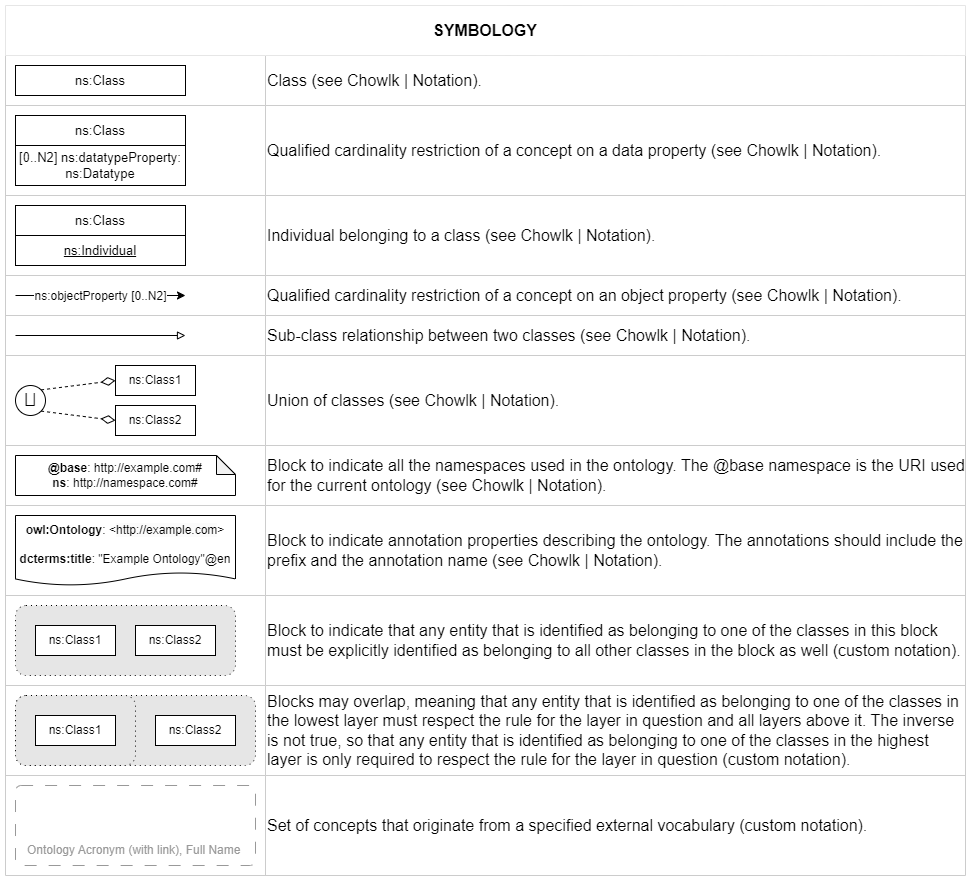
Earlier version of the draw.io export legend.png (NERC-CEH/digital-objects-ontology). Source tidied: cells renumbered, new cells last; positions are measured from the earlier drawing's top-left corner, leaving out a move shared by most shapes. The source it was exported from:
```xml
<mxGraphModel>
  <root>
    <mxCell id="0" />
    <mxCell id="1" parent="0" />
    <mxCell id="2" style="shape=table;startSize=0;fontSize=16;strokeColor=#CCCCCC;" parent="1" vertex="1">
      <mxGeometry width="960" height="870" as="geometry" />
    </mxCell>
    <mxCell id="3" style="shape=tableRow;horizontal=0;startSize=0;swimlaneHead=0;swimlaneBody=0;strokeColor=inherit;top=0;left=0;bottom=0;right=0;fillColor=default;fontSize=16;" parent="2" vertex="1">
      <mxGeometry width="960" height="50" as="geometry" />
    </mxCell>
    <mxCell id="4" value="&lt;b&gt;SYMBOLOGY&lt;/b&gt;" style="shape=partialRectangle;html=1;whiteSpace=wrap;strokeColor=inherit;overflow=hidden;fillColor=none;top=0;left=0;bottom=0;right=0;fontSize=16;rowspan=1;colspan=2;" parent="3" vertex="1">
      <mxGeometry width="960" height="50" as="geometry" />
    </mxCell>
    <mxCell id="5" style="shape=tableRow;horizontal=0;startSize=0;swimlaneHead=0;swimlaneBody=0;strokeColor=inherit;top=0;left=0;bottom=0;right=0;fillColor=none;fontSize=16;" parent="2" vertex="1">
      <mxGeometry y="50" width="960" height="50" as="geometry" />
    </mxCell>
    <mxCell id="6" style="shape=partialRectangle;html=1;whiteSpace=wrap;strokeColor=inherit;overflow=hidden;fillColor=none;top=0;left=0;bottom=0;right=0;fontSize=16;" parent="5" vertex="1">
      <mxGeometry width="260" height="50" as="geometry" />
    </mxCell>
    <mxCell id="7" value="Class (see&amp;nbsp;&lt;a href=&quot;https://chowlk.linkeddata.es/notation.html&quot;&gt;Chowlk | Notation&lt;/a&gt;)." style="shape=partialRectangle;html=1;whiteSpace=wrap;strokeColor=inherit;overflow=hidden;fillColor=none;top=0;left=0;bottom=0;right=0;fontSize=16;align=left;" parent="5" vertex="1">
      <mxGeometry x="260" width="700" height="50" as="geometry" />
    </mxCell>
    <mxCell id="8" style="shape=tableRow;horizontal=0;startSize=0;swimlaneHead=0;swimlaneBody=0;strokeColor=inherit;top=0;left=0;bottom=0;right=0;fillColor=none;fontSize=16;" parent="2" vertex="1">
      <mxGeometry y="100" width="960" height="90" as="geometry" />
    </mxCell>
    <mxCell id="9" style="shape=partialRectangle;html=1;whiteSpace=wrap;strokeColor=inherit;overflow=hidden;fillColor=none;top=0;left=0;bottom=0;right=0;fontSize=16;" parent="8" vertex="1">
      <mxGeometry width="260" height="90" as="geometry" />
    </mxCell>
    <mxCell id="10" value="Qualified cardinality restriction of a concept on a data property&amp;nbsp;(see&amp;nbsp;&lt;a href=&quot;https://chowlk.linkeddata.es/notation.html&quot;&gt;Chowlk | Notation&lt;/a&gt;)." style="shape=partialRectangle;html=1;whiteSpace=wrap;strokeColor=inherit;overflow=hidden;fillColor=none;top=0;left=0;bottom=0;right=0;fontSize=16;align=left;" parent="8" vertex="1">
      <mxGeometry x="260" width="700" height="90" as="geometry" />
    </mxCell>
    <mxCell id="11" style="shape=tableRow;horizontal=0;startSize=0;swimlaneHead=0;swimlaneBody=0;strokeColor=inherit;top=0;left=0;bottom=0;right=0;fillColor=none;fontSize=16;" parent="2" vertex="1">
      <mxGeometry y="190" width="960" height="80" as="geometry" />
    </mxCell>
    <mxCell id="12" style="shape=partialRectangle;html=1;whiteSpace=wrap;strokeColor=inherit;overflow=hidden;fillColor=none;top=0;left=0;bottom=0;right=0;fontSize=16;" parent="11" vertex="1">
      <mxGeometry width="260" height="80" as="geometry" />
    </mxCell>
    <mxCell id="13" value="Individual belonging to a class (see&amp;nbsp;&lt;a href=&quot;https://chowlk.linkeddata.es/notation.html&quot;&gt;Chowlk | Notation&lt;/a&gt;)." style="shape=partialRectangle;html=1;whiteSpace=wrap;strokeColor=inherit;overflow=hidden;fillColor=none;top=0;left=0;bottom=0;right=0;fontSize=16;align=left;" parent="11" vertex="1">
      <mxGeometry x="260" width="700" height="80" as="geometry" />
    </mxCell>
    <mxCell id="14" style="shape=tableRow;horizontal=0;startSize=0;swimlaneHead=0;swimlaneBody=0;strokeColor=inherit;top=0;left=0;bottom=0;right=0;fillColor=none;fontSize=16;" parent="2" vertex="1">
      <mxGeometry y="270" width="960" height="40" as="geometry" />
    </mxCell>
    <mxCell id="15" style="shape=partialRectangle;html=1;whiteSpace=wrap;strokeColor=inherit;overflow=hidden;fillColor=none;top=0;left=0;bottom=0;right=0;fontSize=16;" parent="14" vertex="1">
      <mxGeometry width="260" height="40" as="geometry" />
    </mxCell>
    <mxCell id="16" value="Qualified cardinality restriction of a concept on an object property&amp;nbsp;(see&amp;nbsp;&lt;a href=&quot;https://chowlk.linkeddata.es/notation.html&quot;&gt;Chowlk | Notation&lt;/a&gt;)." style="shape=partialRectangle;html=1;whiteSpace=wrap;strokeColor=inherit;overflow=hidden;fillColor=none;top=0;left=0;bottom=0;right=0;fontSize=16;align=left;" parent="14" vertex="1">
      <mxGeometry x="260" width="700" height="40" as="geometry" />
    </mxCell>
    <mxCell id="17" style="shape=tableRow;horizontal=0;startSize=0;swimlaneHead=0;swimlaneBody=0;strokeColor=inherit;top=0;left=0;bottom=0;right=0;fillColor=none;fontSize=16;" parent="2" vertex="1">
      <mxGeometry y="310" width="960" height="40" as="geometry" />
    </mxCell>
    <mxCell id="18" style="shape=partialRectangle;html=1;whiteSpace=wrap;strokeColor=inherit;overflow=hidden;fillColor=none;top=0;left=0;bottom=0;right=0;fontSize=16;" parent="17" vertex="1">
      <mxGeometry width="260" height="40" as="geometry" />
    </mxCell>
    <mxCell id="19" value="Sub-class relationship between two classes&amp;nbsp;(see&amp;nbsp;&lt;a href=&quot;https://chowlk.linkeddata.es/notation.html&quot;&gt;Chowlk | Notation&lt;/a&gt;)." style="shape=partialRectangle;html=1;whiteSpace=wrap;strokeColor=inherit;overflow=hidden;fillColor=none;top=0;left=0;bottom=0;right=0;fontSize=16;align=left;" parent="17" vertex="1">
      <mxGeometry x="260" width="700" height="40" as="geometry" />
    </mxCell>
    <mxCell id="20" style="shape=tableRow;horizontal=0;startSize=0;swimlaneHead=0;swimlaneBody=0;strokeColor=inherit;top=0;left=0;bottom=0;right=0;fillColor=none;fontSize=16;" parent="2" vertex="1">
      <mxGeometry y="350" width="960" height="90" as="geometry" />
    </mxCell>
    <mxCell id="21" style="shape=partialRectangle;html=1;whiteSpace=wrap;strokeColor=inherit;overflow=hidden;fillColor=none;top=0;left=0;bottom=0;right=0;fontSize=16;" parent="20" vertex="1">
      <mxGeometry width="260" height="90" as="geometry" />
    </mxCell>
    <mxCell id="22" value="Union of classes&amp;nbsp;(see&amp;nbsp;&lt;a href=&quot;https://chowlk.linkeddata.es/notation.html&quot;&gt;Chowlk | Notation&lt;/a&gt;)." style="shape=partialRectangle;html=1;whiteSpace=wrap;strokeColor=inherit;overflow=hidden;fillColor=none;top=0;left=0;bottom=0;right=0;fontSize=16;align=left;" parent="20" vertex="1">
      <mxGeometry x="260" width="700" height="90" as="geometry" />
    </mxCell>
    <mxCell id="23" style="shape=tableRow;horizontal=0;startSize=0;swimlaneHead=0;swimlaneBody=0;strokeColor=inherit;top=0;left=0;bottom=0;right=0;fillColor=none;fontSize=16;" parent="2" vertex="1">
      <mxGeometry y="440" width="960" height="60" as="geometry" />
    </mxCell>
    <mxCell id="24" style="shape=partialRectangle;html=1;whiteSpace=wrap;strokeColor=inherit;overflow=hidden;fillColor=none;top=0;left=0;bottom=0;right=0;fontSize=16;" parent="23" vertex="1">
      <mxGeometry width="260" height="60" as="geometry" />
    </mxCell>
    <mxCell id="25" value="Block to indicate all the namespaces used in the ontology. The @base namespace is the URI used for the current ontology&amp;nbsp;(see&amp;nbsp;&lt;a href=&quot;https://chowlk.linkeddata.es/notation.html&quot;&gt;Chowlk | Notation&lt;/a&gt;)." style="shape=partialRectangle;html=1;whiteSpace=wrap;strokeColor=inherit;overflow=hidden;fillColor=none;top=0;left=0;bottom=0;right=0;fontSize=16;align=left;" parent="23" vertex="1">
      <mxGeometry x="260" width="700" height="60" as="geometry" />
    </mxCell>
    <mxCell id="26" style="shape=tableRow;horizontal=0;startSize=0;swimlaneHead=0;swimlaneBody=0;strokeColor=inherit;top=0;left=0;bottom=0;right=0;fillColor=none;fontSize=16;" parent="2" vertex="1">
      <mxGeometry y="500" width="960" height="90" as="geometry" />
    </mxCell>
    <mxCell id="27" style="shape=partialRectangle;html=1;whiteSpace=wrap;strokeColor=inherit;overflow=hidden;fillColor=none;top=0;left=0;bottom=0;right=0;fontSize=16;" parent="26" vertex="1">
      <mxGeometry width="260" height="90" as="geometry" />
    </mxCell>
    <mxCell id="28" value="Block to indicate annotation properties describing the ontology. The annotations should include the prefix and the annotation name&amp;nbsp;(see&amp;nbsp;&lt;a href=&quot;https://chowlk.linkeddata.es/notation.html&quot;&gt;Chowlk | Notation&lt;/a&gt;)." style="shape=partialRectangle;html=1;whiteSpace=wrap;strokeColor=inherit;overflow=hidden;fillColor=none;top=0;left=0;bottom=0;right=0;fontSize=16;align=left;" parent="26" vertex="1">
      <mxGeometry x="260" width="700" height="90" as="geometry" />
    </mxCell>
    <mxCell id="29" style="shape=tableRow;horizontal=0;startSize=0;swimlaneHead=0;swimlaneBody=0;strokeColor=inherit;top=0;left=0;bottom=0;right=0;fillColor=none;fontSize=16;" parent="2" vertex="1">
      <mxGeometry y="590" width="960" height="90" as="geometry" />
    </mxCell>
    <mxCell id="30" style="shape=partialRectangle;html=1;whiteSpace=wrap;strokeColor=inherit;overflow=hidden;fillColor=none;top=0;left=0;bottom=0;right=0;fontSize=16;" parent="29" vertex="1">
      <mxGeometry width="260" height="90" as="geometry" />
    </mxCell>
    <mxCell id="31" value="Block to indicate that any entity that is identified as belonging to one of the classes in this block must be explicitly identified as belonging to all other classes in the block as well (custom notation)." style="shape=partialRectangle;html=1;whiteSpace=wrap;strokeColor=inherit;overflow=hidden;fillColor=none;top=0;left=0;bottom=0;right=0;fontSize=16;align=left;" parent="29" vertex="1">
      <mxGeometry x="260" width="700" height="90" as="geometry" />
    </mxCell>
    <mxCell id="32" style="shape=tableRow;horizontal=0;startSize=0;swimlaneHead=0;swimlaneBody=0;strokeColor=inherit;top=0;left=0;bottom=0;right=0;fillColor=none;fontSize=16;" parent="2" vertex="1">
      <mxGeometry y="680" width="960" height="90" as="geometry" />
    </mxCell>
    <mxCell id="33" style="shape=partialRectangle;html=1;whiteSpace=wrap;strokeColor=inherit;overflow=hidden;fillColor=none;top=0;left=0;bottom=0;right=0;fontSize=16;" parent="32" vertex="1">
      <mxGeometry width="260" height="90" as="geometry" />
    </mxCell>
    <mxCell id="34" value="Blocks may overlap, meaning that any entity that is identified as belonging to one of the classes in the lowest layer must respect the rule for the layer in question and all layers above it. The inverse is not true, so that any entity that is identified as belonging to one of the classes in the highest layer is only required to respect the rule for the layer in question&amp;nbsp;(custom notation)." style="shape=partialRectangle;html=1;whiteSpace=wrap;strokeColor=inherit;overflow=hidden;fillColor=none;top=0;left=0;bottom=0;right=0;fontSize=16;align=left;" parent="32" vertex="1">
      <mxGeometry x="260" width="700" height="90" as="geometry" />
    </mxCell>
    <mxCell id="35" style="shape=tableRow;horizontal=0;startSize=0;swimlaneHead=0;swimlaneBody=0;strokeColor=inherit;top=0;left=0;bottom=0;right=0;fillColor=none;fontSize=16;" parent="2" vertex="1">
      <mxGeometry y="770" width="960" height="100" as="geometry" />
    </mxCell>
    <mxCell id="36" style="shape=partialRectangle;html=1;whiteSpace=wrap;strokeColor=inherit;overflow=hidden;fillColor=none;top=0;left=0;bottom=0;right=0;fontSize=16;" parent="35" vertex="1">
      <mxGeometry width="260" height="100" as="geometry" />
    </mxCell>
    <mxCell id="37" value="Set of concepts that originate from a specified external vocabulary (custom notation)." style="shape=partialRectangle;html=1;whiteSpace=wrap;strokeColor=inherit;overflow=hidden;fillColor=none;top=0;left=0;bottom=0;right=0;fontSize=16;align=left;" parent="35" vertex="1">
      <mxGeometry x="260" width="700" height="100" as="geometry" />
    </mxCell>
    <mxCell id="38" value="ns:Class" style="rounded=0;whiteSpace=wrap;html=1;strokeWidth=1;fontStyle=0;fontSize=13;verticalAlign=middle;" parent="1" vertex="1">
      <mxGeometry x="10" y="60" width="170" height="30" as="geometry" />
    </mxCell>
    <mxCell id="39" value="&lt;u&gt;ns:Individual&lt;/u&gt;" style="rounded=0;whiteSpace=wrap;html=1;strokeWidth=1;fontStyle=0;fontSize=13;verticalAlign=middle;" parent="1" vertex="1">
      <mxGeometry x="10" y="230" width="170" height="30" as="geometry" />
    </mxCell>
    <mxCell id="40" value="ns:Class" style="rounded=0;whiteSpace=wrap;html=1;strokeWidth=1;fontStyle=0;fontSize=13;verticalAlign=middle;" parent="1" vertex="1">
      <mxGeometry x="10" y="110" width="170" height="30" as="geometry" />
    </mxCell>
    <mxCell id="41" value="[0..N2] ns:datatypeProperty: ns:Datatype" style="rounded=0;whiteSpace=wrap;html=1;strokeWidth=1;fontStyle=0;fontSize=13;verticalAlign=middle;" parent="1" vertex="1">
      <mxGeometry x="10" y="140" width="170" height="40" as="geometry" />
    </mxCell>
    <mxCell id="42" style="edgeStyle=orthogonalEdgeStyle;rounded=0;orthogonalLoop=1;jettySize=auto;html=1;endArrow=block;endFill=0;jumpStyle=arc;" parent="1" edge="1">
      <mxGeometry relative="1" as="geometry">
        <mxPoint x="10" y="330" as="sourcePoint" />
        <mxPoint x="180" y="330" as="targetPoint" />
      </mxGeometry>
    </mxCell>
    <mxCell id="43" style="edgeStyle=orthogonalEdgeStyle;rounded=0;orthogonalLoop=1;jettySize=auto;html=1;jumpStyle=arc;" parent="1" edge="1">
      <mxGeometry relative="1" as="geometry">
        <mxPoint x="10" y="290" as="sourcePoint" />
        <mxPoint x="180" y="290" as="targetPoint" />
      </mxGeometry>
    </mxCell>
    <mxCell id="44" value="&lt;font style=&quot;font-size: 12px;&quot;&gt;ns:objectProperty [0..N2]&lt;/font&gt;" style="edgeLabel;html=1;align=center;verticalAlign=middle;" parent="43" vertex="1">
      <mxGeometry x="0.2" relative="1" as="geometry">
        <mxPoint x="-18" as="offset" />
      </mxGeometry>
    </mxCell>
    <mxCell id="45" value="ns:Class" style="rounded=0;whiteSpace=wrap;html=1;strokeWidth=1;fontStyle=0;fontSize=13;verticalAlign=middle;" parent="1" vertex="1">
      <mxGeometry x="10" y="200" width="170" height="30" as="geometry" />
    </mxCell>
    <mxCell id="46" style="rounded=1;whiteSpace=wrap;html=1;fillColor=#E6E6E6;dashed=1;dashPattern=1 4;" parent="1" vertex="1">
      <mxGeometry x="10" y="600" width="220" height="70" as="geometry" />
    </mxCell>
    <mxCell id="47" style="rounded=1;whiteSpace=wrap;html=1;fillColor=none;dashed=1;dashPattern=12 12;strokeColor=#999999;arcSize=7;" parent="1" vertex="1">
      <mxGeometry x="10" y="780" width="240" height="80" as="geometry" />
    </mxCell>
    <mxCell id="48" value="&lt;div&gt;Ontology Acronym (with link), Full Name&lt;/div&gt;" style="text;html=1;align=left;verticalAlign=middle;strokeColor=none;fillColor=none;fontColor=#999999;" parent="1" vertex="1">
      <mxGeometry x="20" y="830" width="240" height="30" as="geometry" />
    </mxCell>
    <mxCell id="49" value="ns:Class2" style="rounded=0;whiteSpace=wrap;html=1;snapToPoint=1;points=[[0.1,0],[0.2,0],[0.3,0],[0.4,0],[0.5,0],[0.6,0],[0.7,0],[0.8,0],[0.9,0],[0,0.1],[0,0.3],[0,0.5],[0,0.7],[0,0.9],[0.1,1],[0.2,1],[0.3,1],[0.4,1],[0.5,1],[0.6,1],[0.7,1],[0.8,1],[0.9,1],[1,0.1],[1,0.3],[1,0.5],[1,0.7],[1,0.9]];" parent="1" vertex="1">
      <mxGeometry x="110" y="400" width="80" height="30" as="geometry" />
    </mxCell>
    <mxCell id="50" value="ns:Class1" style="rounded=0;whiteSpace=wrap;html=1;snapToPoint=1;points=[[0.1,0],[0.2,0],[0.3,0],[0.4,0],[0.5,0],[0.6,0],[0.7,0],[0.8,0],[0.9,0],[0,0.1],[0,0.3],[0,0.5],[0,0.7],[0,0.9],[0.1,1],[0.2,1],[0.3,1],[0.4,1],[0.5,1],[0.6,1],[0.7,1],[0.8,1],[0.9,1],[1,0.1],[1,0.3],[1,0.5],[1,0.7],[1,0.9]];" parent="1" vertex="1">
      <mxGeometry x="110" y="360" width="80" height="30" as="geometry" />
    </mxCell>
    <mxCell id="51" style="group;" parent="1" vertex="1">
      <mxGeometry x="10" y="380" width="30" height="30" as="geometry" />
    </mxCell>
    <mxCell id="52" value="&lt;span class=&quot;st&quot;&gt;⨆&lt;/span&gt;" style="ellipse;whiteSpace=wrap;html=1;fontSize=17;" parent="51" vertex="1">
      <mxGeometry width="30" height="30" as="geometry" />
    </mxCell>
    <mxCell id="53" style="endArrow=diamondThin;endSize=12;html=1;fontColor=#000099;exitX=1;exitY=0;exitDx=0;exitDy=0;endFill=0;dashed=1;entryX=0;entryY=0.5;entryDx=0;entryDy=0;arcSize=0;rounded=0;" parent="1" edge="1" source="52" target="50">
      <mxGeometry relative="1" as="geometry" />
    </mxCell>
    <mxCell id="54" style="endArrow=diamondThin;endSize=12;html=1;fontColor=#000099;exitX=1;exitY=1;exitDx=0;exitDy=0;endFill=0;dashed=1;entryX=0;entryY=0.5;entryDx=0;entryDy=0;arcSize=0;rounded=0;" parent="1" edge="1" source="52" target="49">
      <mxGeometry relative="1" as="geometry" />
    </mxCell>
    <mxCell id="55" value="&lt;div&gt;&lt;b&gt;@base&lt;/b&gt;: http://example.com#&lt;/div&gt;&lt;div&gt;&lt;b&gt;ns&lt;/b&gt;:&amp;nbsp;&lt;span style=&quot;background-color: transparent; color: light-dark(rgb(0, 0, 0), rgb(255, 255, 255));&quot;&gt;http://namespace.com#&lt;/span&gt;&lt;/div&gt;" style="shape=note;whiteSpace=wrap;html=1;backgroundOutline=1;darkOpacity=0.05;size=19;" parent="1" vertex="1">
      <mxGeometry x="10" y="450" width="220" height="40" as="geometry" />
    </mxCell>
    <mxCell id="56" value="&lt;div&gt;&lt;b style=&quot;border-color: var(--border-color);&quot;&gt;owl:Ontology&lt;/b&gt;: &amp;lt;&lt;span style=&quot;background-color: rgb(251, 251, 251);&quot;&gt;http://example.com&lt;/span&gt;&lt;span style=&quot;background-color: light-dark(rgb(255, 255, 255), rgb(18, 18, 18)); color: light-dark(rgb(0, 0, 0), rgb(237, 237, 237));&quot;&gt;&amp;gt;&lt;/span&gt;&lt;/div&gt;&lt;div&gt;&lt;b&gt;&lt;br&gt;&lt;/b&gt;&lt;/div&gt;&lt;div&gt;&lt;b&gt;dcterms:title&lt;/b&gt;: &quot;Example Ontology&quot;@en&lt;br&gt;&lt;/div&gt;" style="shape=document;whiteSpace=wrap;html=1;boundedLbl=1;labelBackgroundColor=#ffffff;strokeColor=#000000;fontSize=12;fontColor=#000000;size=0.1875;" parent="1" vertex="1">
      <mxGeometry x="10" y="510" width="220" height="70" as="geometry" />
    </mxCell>
    <mxCell id="57" value="ns:Class1" style="rounded=0;whiteSpace=wrap;html=1;" parent="1" vertex="1">
      <mxGeometry x="30" y="620" width="80" height="30" as="geometry" />
    </mxCell>
    <mxCell id="58" value="ns:Class2" style="rounded=0;whiteSpace=wrap;html=1;" parent="1" vertex="1">
      <mxGeometry x="130" y="620" width="80" height="30" as="geometry" />
    </mxCell>
    <mxCell id="59" style="rounded=1;whiteSpace=wrap;html=1;fillColor=#E6E6E6;dashed=1;dashPattern=1 4;" parent="1" vertex="1">
      <mxGeometry x="10" y="690" width="240" height="70" as="geometry" />
    </mxCell>
    <mxCell id="60" style="rounded=1;whiteSpace=wrap;html=1;fillColor=#E6E6E6;dashed=1;dashPattern=1 4;" parent="1" vertex="1">
      <mxGeometry x="10" y="690" width="120" height="70" as="geometry" />
    </mxCell>
    <mxCell id="61" value="ns:Class1" style="rounded=0;whiteSpace=wrap;html=1;" parent="1" vertex="1">
      <mxGeometry x="30" y="710" width="80" height="30" as="geometry" />
    </mxCell>
    <mxCell id="62" value="ns:Class2" style="rounded=0;whiteSpace=wrap;html=1;" parent="1" vertex="1">
      <mxGeometry x="150" y="710" width="80" height="30" as="geometry" />
    </mxCell>
  </root>
</mxGraphModel>
```
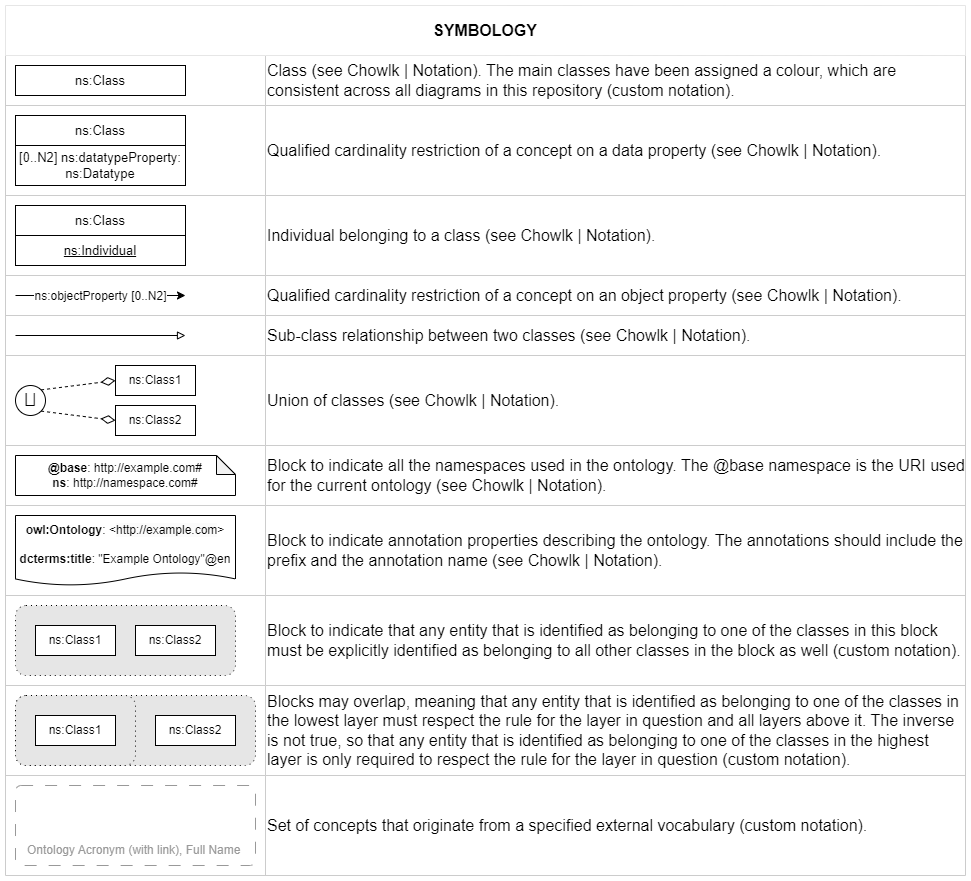
The same file after the commit.

Commit message:
added info about colour scheme

Diff of the diagram source:
```diff
@@ -17,7 +17,7 @@
     <mxCell id="6" style="shape=partialRectangle;html=1;whiteSpace=wrap;strokeColor=inherit;overflow=hidden;fillColor=none;top=0;left=0;bottom=0;right=0;fontSize=16;" parent="5" vertex="1">
       <mxGeometry width="260" height="50" as="geometry" />
     </mxCell>
-    <mxCell id="7" value="Class (see&amp;nbsp;&lt;a href=&quot;https://chowlk.linkeddata.es/notation.html&quot;&gt;Chowlk | Notation&lt;/a&gt;)." style="shape=partialRectangle;html=1;whiteSpace=wrap;strokeColor=inherit;overflow=hidden;fillColor=none;top=0;left=0;bottom=0;right=0;fontSize=16;align=left;" parent="5" vertex="1">
+    <mxCell id="7" value="Class (see&amp;nbsp;&lt;a href=&quot;https://chowlk.linkeddata.es/notation.html&quot;&gt;Chowlk | Notation&lt;/a&gt;). The main classes have been assigned a colour, which are consistent across all diagrams in this repository (custom notation)." style="shape=partialRectangle;html=1;whiteSpace=wrap;strokeColor=inherit;overflow=hidden;fillColor=none;top=0;left=0;bottom=0;right=0;fontSize=16;align=left;" parent="5" vertex="1">
       <mxGeometry x="260" width="700" height="50" as="geometry" />
     </mxCell>
     <mxCell id="8" style="shape=tableRow;horizontal=0;startSize=0;swimlaneHead=0;swimlaneBody=0;strokeColor=inherit;top=0;left=0;bottom=0;right=0;fillColor=none;fontSize=16;" parent="2" vertex="1">
```
